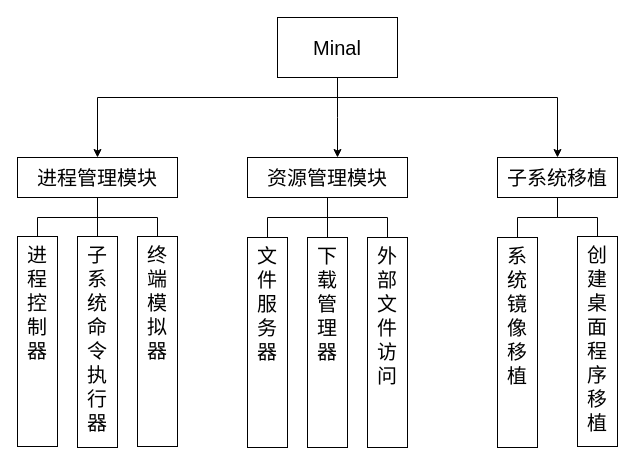
TobiasYin/ansuld keeps this draw.io diagram as uml/Modules_sys.drawio. Above is the earlier version. Source tidied: cells renumbered, new cells numbered last; positions are measured from the earlier drawing's top-left corner, leaving out a move shared by most shapes. Both pictures are drawn from the tidied source at 100%, with x=0, y=0 at pixel (17, 17).
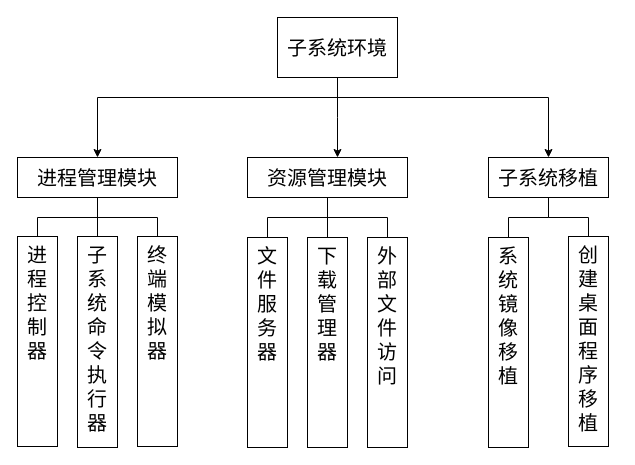
Above is the later version.

The edit, as a diff of the source:
```diff
@@
     <mxCell id="4" style="edgeStyle=orthogonalEdgeStyle;rounded=0;jettySize=auto;html=1;entryX=0.5;entryY=0;entryDx=0;entryDy=0;" parent="1" edge="1" source="5" target="16">
       <mxGeometry relative="1" as="geometry">
         <Array as="points">
           <mxPoint x="320" y="80" />
-          <mxPoint x="540" y="80" />
+          <mxPoint x="531" y="80" />
         </Array>
       </mxGeometry>
     </mxCell>
-    <mxCell id="5" value="Minal" style="rounded=0;whiteSpace=wrap;html=1;fontSize=20;" parent="1" vertex="1">
+    <mxCell id="5" value="子系统环境" style="rounded=0;whiteSpace=wrap;html=1;fontSize=20;" parent="1" vertex="1">
       <mxGeometry x="260" width="120" height="60" as="geometry" />
     </mxCell>
@@
     <mxCell id="16" value="子系统移植" style="rounded=0;whiteSpace=wrap;html=1;fontSize=20;" parent="1" vertex="1">
-      <mxGeometry x="480" y="140" width="120" height="40" as="geometry" />
+      <mxGeometry x="471" y="140" width="120" height="40" as="geometry" />
     </mxCell>
@@
     <mxCell id="23" value="创建桌面程序移植" style="rounded=0;whiteSpace=wrap;html=1;fontSize=20;verticalAlign=top;" parent="1" vertex="1">
-      <mxGeometry x="560" y="219" width="40" height="210" as="geometry" />
+      <mxGeometry x="551" y="219" width="40" height="210" as="geometry" />
     </mxCell>
     <mxCell id="24" value="系统镜像移植" style="rounded=0;whiteSpace=wrap;html=1;fontSize=20;verticalAlign=top;" parent="1" vertex="1">
-      <mxGeometry x="480" y="220" width="40" height="210" as="geometry" />
+      <mxGeometry x="471" y="220" width="40" height="210" as="geometry" />
     </mxCell>
```
